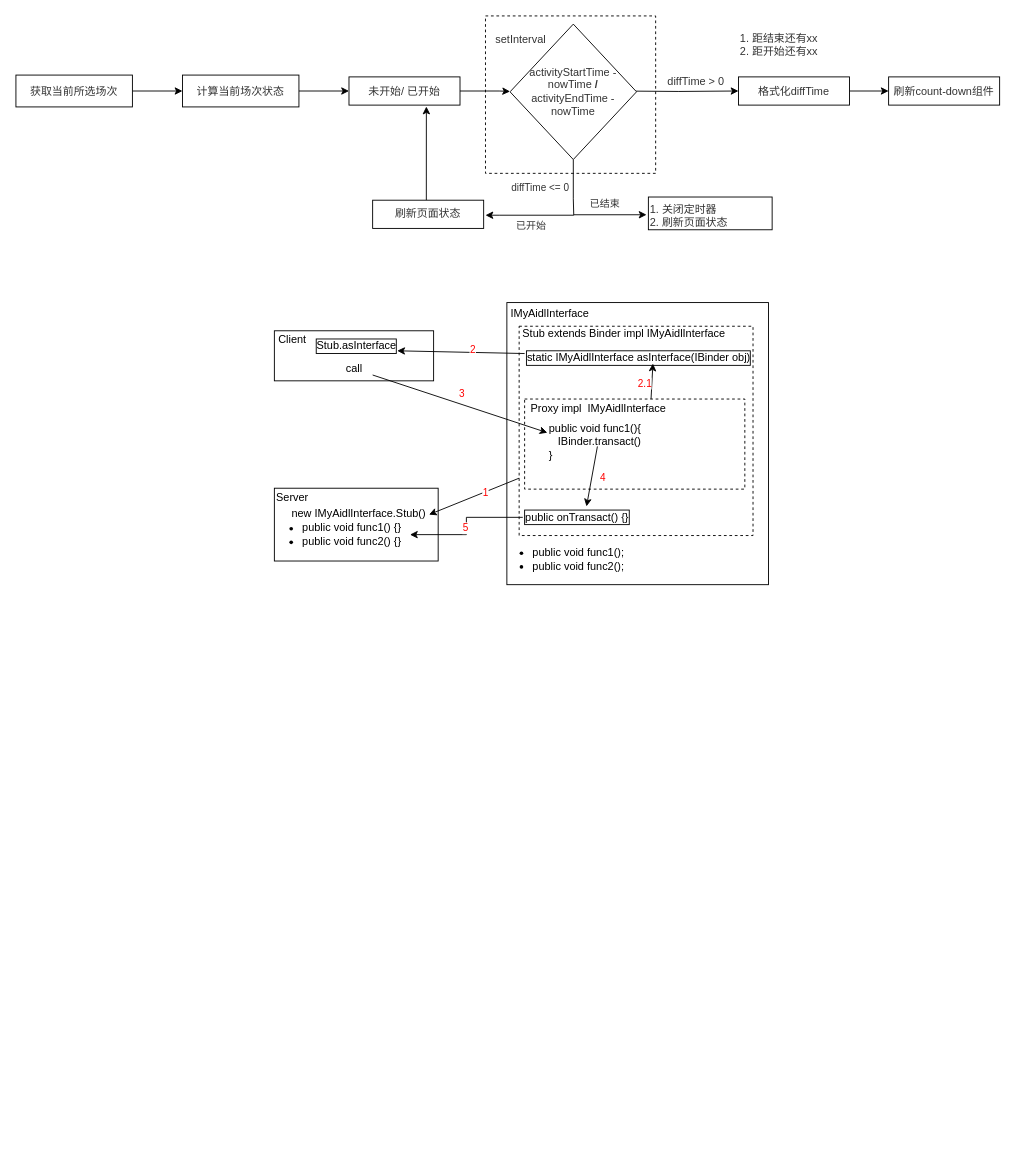
wuhaiyang/work keeps this draw.io diagram as 未命名绘图.drawio. Above is the earlier version. Source tidied: cells renumbered, new cells numbered last; positions are measured from the earlier drawing's top-left corner, leaving out a move shared by most shapes. Both pictures are drawn from the tidied source at 91%, with x=0, y=0 at pixel (15, 15).
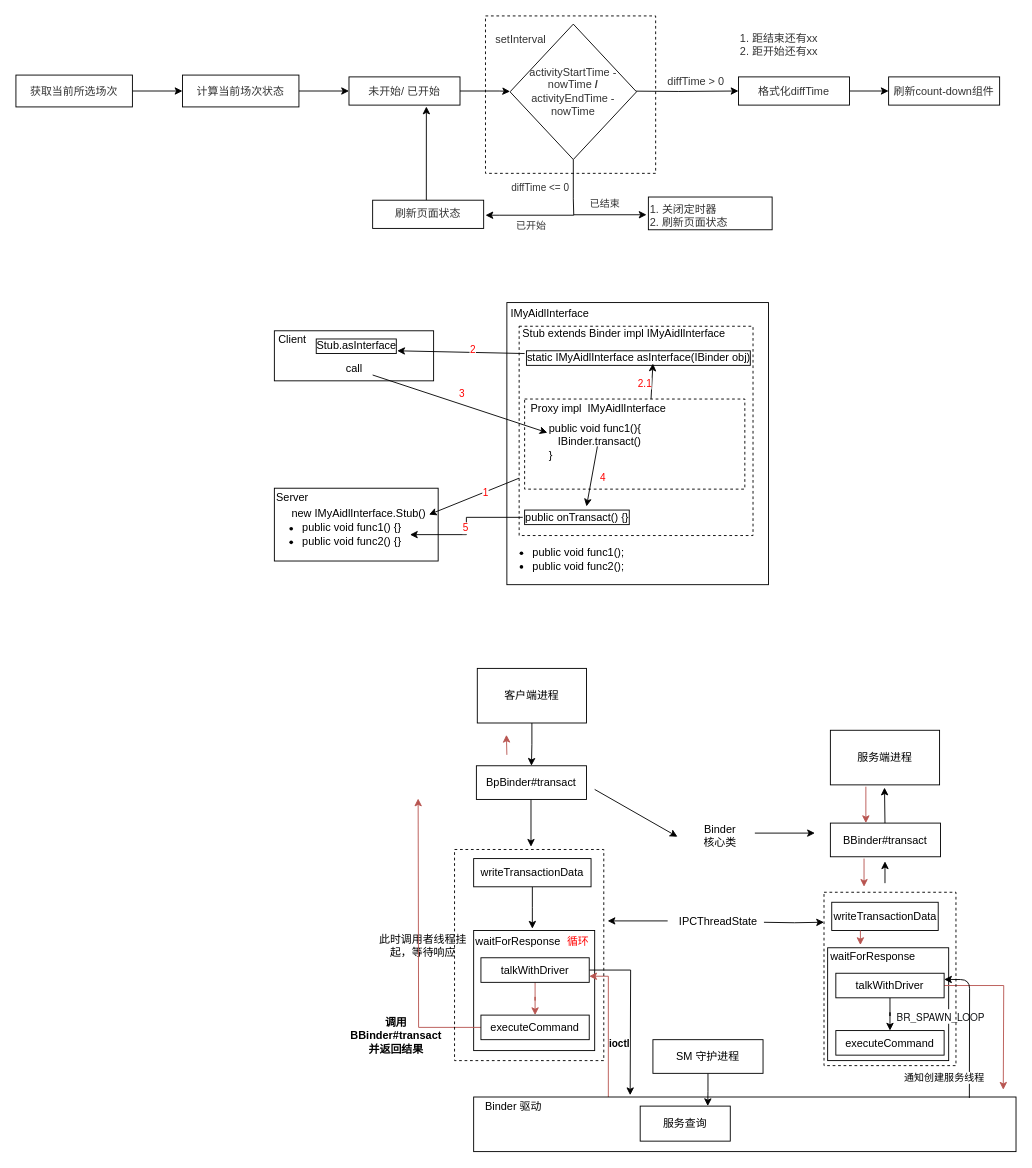
The same page after the edit.

Commit message:
Update 未命名绘图.drawio

Change to the diagram source:
```diff
@@
+    <mxCell id="54" style="rounded=0;whiteSpace=wrap;html=1;fillColor=none;" parent="1" vertex="1">
+      <mxGeometry x="892" y="1024" width="133" height="124" as="geometry" />
+    </mxCell>
@@
+    <mxCell id="55" style="edgeStyle=orthogonalEdgeStyle;rounded=0;jettySize=auto;html=1;entryX=0.5;entryY=0;entryDx=0;entryDy=0;" parent="1" edge="1" source="56" target="58">
+      <mxGeometry relative="1" as="geometry" />
+    </mxCell>
+    <mxCell id="56" value="客户端进程" style="rounded=0;whiteSpace=wrap;html=1;" parent="1" vertex="1">
+      <mxGeometry x="507" y="717" width="120" height="60" as="geometry" />
+    </mxCell>
+    <mxCell id="57" style="edgeStyle=orthogonalEdgeStyle;rounded=0;jettySize=auto;html=1;entryX=0.413;entryY=0.029;entryDx=0;entryDy=0;entryPerimeter=0;" parent="1" edge="1" source="58">
+      <mxGeometry relative="1" as="geometry">
+        <mxPoint x="566" y="913" as="targetPoint" />
+      </mxGeometry>
+    </mxCell>
+    <mxCell id="58" value="BpBinder#transact" style="rounded=0;whiteSpace=wrap;html=1;" parent="1" vertex="1">
+      <mxGeometry x="506" y="824" width="121" height="37" as="geometry" />
+    </mxCell>
+    <mxCell id="59" value="此时调用者线程挂起，等待响应" style="text;html=1;strokeColor=none;fillColor=none;align=center;verticalAlign=middle;whiteSpace=wrap;rounded=0;" parent="1" vertex="1">
+      <mxGeometry x="389" y="1012" width="117" height="20" as="geometry" />
+    </mxCell>
+    <mxCell id="60" style="endArrow=classic;html=1;fillColor=#f8cecc;strokeColor=#b85450;" parent="1" edge="1">
+      <mxGeometry relative="1" as="geometry">
+        <mxPoint x="539.5" y="812" as="sourcePoint" />
+        <mxPoint x="539" y="790" as="targetPoint" />
+      </mxGeometry>
+    </mxCell>
+    <mxCell id="61" style="edgeStyle=orthogonalEdgeStyle;rounded=0;jettySize=auto;html=1;" parent="1" edge="1" source="62">
+      <mxGeometry relative="1" as="geometry">
+        <mxPoint x="567.5" y="1003" as="targetPoint" />
+      </mxGeometry>
+    </mxCell>
+    <mxCell id="62" value="writeTransactionData" style="rounded=0;whiteSpace=wrap;html=1;" parent="1" vertex="1">
+      <mxGeometry x="503" y="926" width="129" height="31" as="geometry" />
+    </mxCell>
+    <mxCell id="63" style="rounded=0;whiteSpace=wrap;html=1;" parent="1" vertex="1">
+      <mxGeometry x="503" y="1005" width="133" height="132" as="geometry" />
+    </mxCell>
+    <mxCell id="64" value="waitForResponse" style="text;html=1;strokeColor=none;fillColor=none;align=center;verticalAlign=middle;whiteSpace=wrap;rounded=0;" parent="1" vertex="1">
+      <mxGeometry x="532" y="1007" width="40" height="20" as="geometry" />
+    </mxCell>
+    <mxCell id="65" value="ioctl" style="edgeStyle=orthogonalEdgeStyle;rounded=0;jettySize=auto;html=1;fontStyle=1;" parent="1" edge="1" source="67">
+      <mxGeometry x="0.38" y="-12" relative="1" as="geometry">
+        <mxPoint x="675" y="1186" as="targetPoint" />
+        <mxPoint y="1" as="offset" />
+      </mxGeometry>
+    </mxCell>
+    <mxCell id="66" style="edgeStyle=orthogonalEdgeStyle;rounded=0;jettySize=auto;html=1;strokeColor=#b85450;fillColor=#f8cecc;" parent="1" edge="1" source="67" target="69">
+      <mxGeometry relative="1" as="geometry" />
+    </mxCell>
+    <mxCell id="67" value="talkWithDriver" style="rounded=0;whiteSpace=wrap;html=1;" parent="1" vertex="1">
+      <mxGeometry x="511" y="1035" width="119" height="27" as="geometry" />
+    </mxCell>
+    <mxCell id="68" style="edgeStyle=orthogonalEdgeStyle;rounded=0;jettySize=auto;html=1;strokeColor=#b85450;fillColor=#f8cecc;" parent="1" edge="1" source="69">
+      <mxGeometry relative="1" as="geometry">
+        <mxPoint x="442" y="860" as="targetPoint" />
+      </mxGeometry>
+    </mxCell>
+    <mxCell id="69" value="executeCommand" style="rounded=0;whiteSpace=wrap;html=1;" parent="1" vertex="1">
+      <mxGeometry x="511" y="1098" width="119" height="27" as="geometry" />
+    </mxCell>
+    <mxCell id="70" style="edgeStyle=orthogonalEdgeStyle;rounded=0;jettySize=auto;html=1;entryX=1;entryY=0.75;entryDx=0;entryDy=0;fillColor=#f8cecc;strokeColor=#b85450;" parent="1" edge="1" source="71" target="67">
+      <mxGeometry relative="1" as="geometry">
+        <Array as="points">
+          <mxPoint x="651" y="1055" />
+        </Array>
+      </mxGeometry>
+    </mxCell>
+    <mxCell id="71" style="rounded=0;whiteSpace=wrap;html=1;" parent="1" vertex="1">
+      <mxGeometry x="503" y="1188" width="596" height="60" as="geometry" />
+    </mxCell>
+    <mxCell id="72" value="&lt;font color=&quot;#ff0000&quot;&gt;循环&lt;/font&gt;" style="text;html=1;strokeColor=none;fillColor=none;align=center;verticalAlign=middle;whiteSpace=wrap;rounded=0;" parent="1" vertex="1">
+      <mxGeometry x="598" y="1007" width="40" height="20" as="geometry" />
+    </mxCell>
+    <mxCell id="73" value="Binder 驱动" style="text;html=1;strokeColor=none;fillColor=none;align=center;verticalAlign=middle;whiteSpace=wrap;rounded=0;dashed=1;" parent="1" vertex="1">
+      <mxGeometry x="507" y="1185" width="80" height="28" as="geometry" />
+    </mxCell>
+    <mxCell id="74" value="服务查询" style="rounded=0;whiteSpace=wrap;html=1;" parent="1" vertex="1">
+      <mxGeometry x="686" y="1198" width="99" height="38.5" as="geometry" />
+    </mxCell>
+    <mxCell id="75" style="edgeStyle=orthogonalEdgeStyle;rounded=0;jettySize=auto;html=1;strokeColor=#000000;entryX=0.75;entryY=0;entryDx=0;entryDy=0;" parent="1" edge="1" source="76" target="74">
+      <mxGeometry relative="1" as="geometry" />
+    </mxCell>
+    <mxCell id="76" value="SM 守护进程" style="rounded=0;whiteSpace=wrap;html=1;" parent="1" vertex="1">
+      <mxGeometry x="700" y="1125" width="121" height="37" as="geometry" />
+    </mxCell>
+    <mxCell id="77" value="waitForResponse" style="text;html=1;strokeColor=none;fillColor=none;align=center;verticalAlign=middle;whiteSpace=wrap;rounded=0;" parent="1" vertex="1">
+      <mxGeometry x="922" y="1024" width="40" height="20" as="geometry" />
+    </mxCell>
+    <mxCell id="78" style="edgeStyle=orthogonalEdgeStyle;rounded=0;jettySize=auto;html=1;" parent="1" edge="1" source="81" target="82">
+      <mxGeometry relative="1" as="geometry" />
+    </mxCell>
+    <mxCell id="79" value="&lt;p class=&quot;p1&quot; style=&quot;margin: 0px ; font-stretch: normal ; line-height: normal ; font-family: &amp;#34;helvetica neue&amp;#34; ; color: rgb(18 , 20 , 22)&quot;&gt;&lt;font style=&quot;font-size: 11px&quot;&gt;BR_SPAWN_LOOP&lt;/font&gt;&lt;/p&gt;" style="edgeLabel;html=1;align=center;verticalAlign=middle;" parent="78" vertex="1">
+      <mxGeometry x="-0.45" y="4" relative="1" as="geometry">
+        <mxPoint x="51" y="7" as="offset" />
+      </mxGeometry>
+    </mxCell>
+    <mxCell id="80" style="edgeStyle=orthogonalEdgeStyle;rounded=0;jettySize=auto;html=1;strokeColor=#b85450;fillColor=#f8cecc;" parent="1" edge="1" source="81">
+      <mxGeometry relative="1" as="geometry">
+        <mxPoint x="1085" y="1180" as="targetPoint" />
+      </mxGeometry>
+    </mxCell>
+    <mxCell id="81" value="talkWithDriver" style="rounded=0;whiteSpace=wrap;html=1;" parent="1" vertex="1">
+      <mxGeometry x="901" y="1052" width="119" height="27" as="geometry" />
+    </mxCell>
+    <mxCell id="82" value="executeCommand" style="rounded=0;whiteSpace=wrap;html=1;" parent="1" vertex="1">
+      <mxGeometry x="901" y="1115" width="119" height="27" as="geometry" />
+    </mxCell>
+    <mxCell id="83" value="通知创建服务线程" style="endArrow=classic;html=1;strokeColor=#000000;entryX=1;entryY=0.25;entryDx=0;entryDy=0;exitX=0.914;exitY=0.017;exitDx=0;exitDy=0;exitPerimeter=0;" parent="1" edge="1" source="71" target="81">
+      <mxGeometry x="-0.72" y="28" relative="1" as="geometry">
+        <Array as="points">
+          <mxPoint x="1048" y="1059" />
+        </Array>
+      </mxGeometry>
+    </mxCell>
+    <mxCell id="84" value="调用 BBinder#transact&lt;br&gt;并返回结果" style="text;html=1;strokeColor=none;fillColor=none;align=center;verticalAlign=middle;whiteSpace=wrap;rounded=0;dashed=1;fontStyle=1;" parent="1" vertex="1">
+      <mxGeometry x="398" y="1111" width="40" height="20" as="geometry" />
+    </mxCell>
+    <mxCell id="85" value="BBinder#transact" style="rounded=0;whiteSpace=wrap;html=1;" parent="1" vertex="1">
+      <mxGeometry x="895" y="887" width="121" height="37" as="geometry" />
+    </mxCell>
+    <mxCell id="86" value="服务端进程" style="rounded=0;whiteSpace=wrap;html=1;" parent="1" vertex="1">
+      <mxGeometry x="895" y="785" width="120" height="60" as="geometry" />
+    </mxCell>
+    <mxCell id="87" style="endArrow=classic;html=1;strokeColor=#000000;" parent="1" edge="1">
+      <mxGeometry relative="1" as="geometry">
+        <mxPoint x="955" y="953" as="sourcePoint" />
+        <mxPoint x="955" y="929" as="targetPoint" />
+      </mxGeometry>
+    </mxCell>
+    <mxCell id="88" style="rounded=0;whiteSpace=wrap;html=1;dashed=1;fillColor=none;" parent="1" vertex="1">
+      <mxGeometry x="888" y="963" width="145" height="190.5" as="geometry" />
+    </mxCell>
+    <mxCell id="89" style="endArrow=classic;html=1;strokeColor=#000000;" parent="1" edge="1">
+      <mxGeometry relative="1" as="geometry">
+        <mxPoint x="955" y="887" as="sourcePoint" />
+        <mxPoint x="954.5" y="848" as="targetPoint" />
+      </mxGeometry>
+    </mxCell>
+    <mxCell id="90" style="endArrow=classic;html=1;strokeColor=#b85450;fillColor=#f8cecc;" parent="1" edge="1">
+      <mxGeometry relative="1" as="geometry">
+        <mxPoint x="934" y="847" as="sourcePoint" />
+        <mxPoint x="934" y="887" as="targetPoint" />
+      </mxGeometry>
+    </mxCell>
+    <mxCell id="91" style="endArrow=classic;html=1;strokeColor=#b85450;fillColor=#f8cecc;" parent="1" edge="1">
+      <mxGeometry relative="1" as="geometry">
+        <mxPoint x="932" y="926" as="sourcePoint" />
+        <mxPoint x="932" y="957" as="targetPoint" />
+      </mxGeometry>
+    </mxCell>
+    <mxCell id="92" value="writeTransactionData" style="rounded=0;whiteSpace=wrap;html=1;" parent="1" vertex="1">
+      <mxGeometry x="896.5" y="974" width="117" height="31" as="geometry" />
+    </mxCell>
+    <mxCell id="93" style="endArrow=classic;html=1;strokeColor=#b85450;fillColor=#f8cecc;" parent="1" edge="1">
+      <mxGeometry relative="1" as="geometry">
+        <mxPoint x="928" y="1005" as="sourcePoint" />
+        <mxPoint x="928" y="1021" as="targetPoint" />
+      </mxGeometry>
+    </mxCell>
+    <mxCell id="94" style="rounded=0;whiteSpace=wrap;html=1;dashed=1;fillColor=none;" parent="1" vertex="1">
+      <mxGeometry x="482" y="916" width="164" height="232" as="geometry" />
+    </mxCell>
+    <mxCell id="95" style="edgeStyle=orthogonalEdgeStyle;rounded=0;jettySize=auto;html=1;strokeColor=#000000;entryX=0;entryY=0.173;entryDx=0;entryDy=0;entryPerimeter=0;" parent="1" edge="1" target="88">
+      <mxGeometry relative="1" as="geometry">
+        <mxPoint x="822" y="996" as="sourcePoint" />
+      </mxGeometry>
+    </mxCell>
+    <mxCell id="96" value="IPCThreadState" style="text;html=1;strokeColor=none;fillColor=none;align=center;verticalAlign=middle;whiteSpace=wrap;rounded=0;dashed=1;" parent="1" vertex="1">
+      <mxGeometry x="752" y="985" width="40" height="20" as="geometry" />
+    </mxCell>
+    <mxCell id="97" style="edgeStyle=orthogonalEdgeStyle;rounded=0;orthogonalLoop=1;jettySize=auto;html=1;strokeColor=#000000;entryX=0;entryY=0.173;entryDx=0;entryDy=0;entryPerimeter=0;endArrow=none;endFill=0;startArrow=classic;startFill=1;" parent="1" edge="1">
+      <mxGeometry relative="1" as="geometry">
+        <mxPoint x="650.2" y="994.5" as="sourcePoint" />
+        <mxPoint x="716.2" y="994.5" as="targetPoint" />
+      </mxGeometry>
+    </mxCell>
+    <mxCell id="98" value="Binder 核心类" style="text;html=1;strokeColor=none;fillColor=none;align=center;verticalAlign=middle;whiteSpace=wrap;rounded=0;dashed=1;" parent="1" vertex="1">
+      <mxGeometry x="754" y="891" width="40" height="20" as="geometry" />
+    </mxCell>
+    <mxCell id="99" style="edgeStyle=orthogonalEdgeStyle;rounded=0;orthogonalLoop=1;jettySize=auto;html=1;strokeColor=#000000;entryX=0;entryY=0.173;entryDx=0;entryDy=0;entryPerimeter=0;" parent="1" edge="1">
+      <mxGeometry relative="1" as="geometry">
+        <mxPoint x="812" y="898" as="sourcePoint" />
+        <mxPoint x="878" y="898" as="targetPoint" />
+      </mxGeometry>
+    </mxCell>
+    <mxCell id="100" style="endArrow=classic;html=1;strokeColor=#000000;" parent="1" edge="1">
+      <mxGeometry relative="1" as="geometry">
+        <mxPoint x="636" y="850" as="sourcePoint" />
+        <mxPoint x="727" y="902" as="targetPoint" />
+      </mxGeometry>
+    </mxCell>
```
